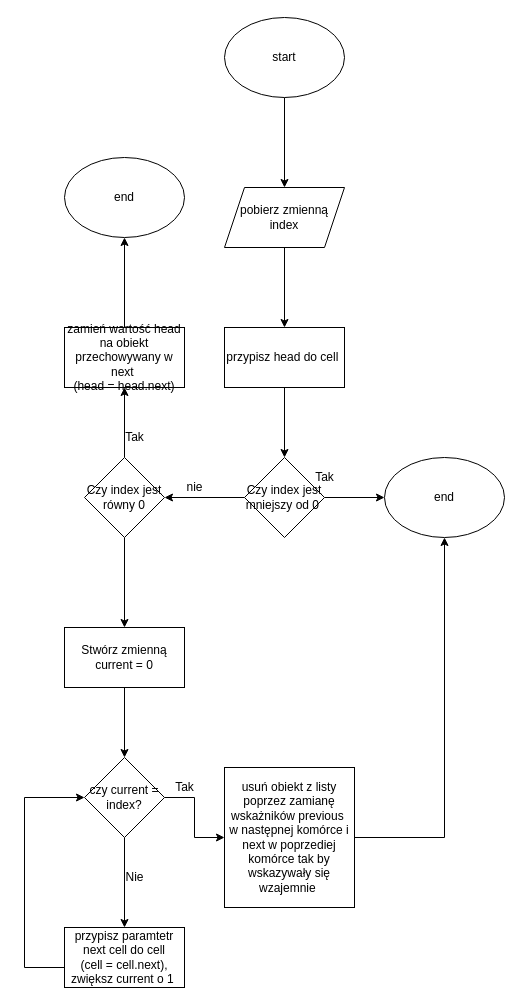
This is alg2/Double link list/remove.drawio from PriestOfAdanos/alg-i-str-danych-2, a draw.io file, before an edit. Source tidied: cells renumbered, new cells numbered last; positions are measured from the earlier drawing's top-left corner, leaving out a move shared by most shapes. Both pictures are drawn from the tidied source at 100%, with x=0, y=0 at pixel (24, 17).
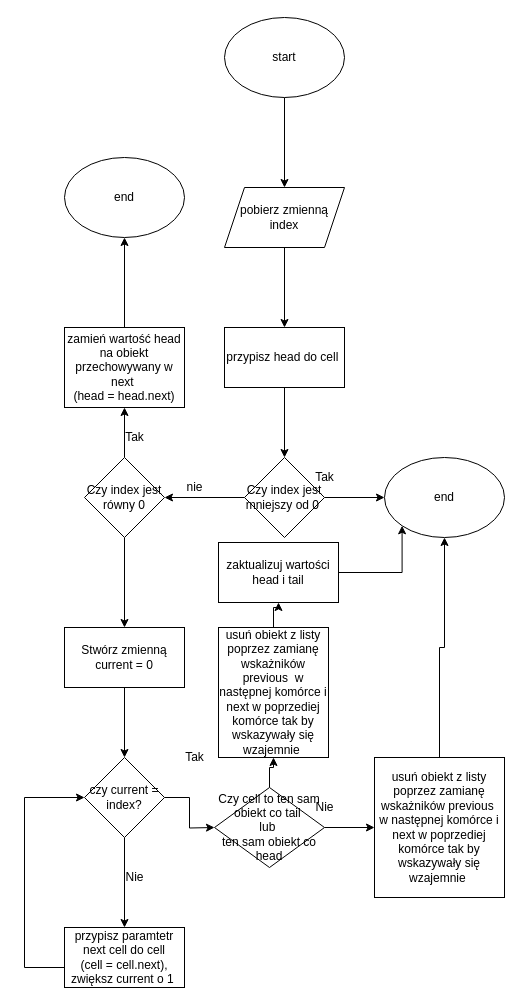
The same diagram, later.

The change refers to these unchanged cells:
```xml
<mxCell id="11" value="end" style="ellipse;whiteSpace=wrap;html=1;" parent="1" vertex="1">
  <mxGeometry x="360" y="440" width="120" height="80" as="geometry" />
</mxCell>
<mxCell id="25" value="czy current = index?" style="rhombus;whiteSpace=wrap;html=1;" parent="1" vertex="1">
  <mxGeometry x="60" y="740" width="80" height="80" as="geometry" />
</mxCell>
```

Diff of the diagram source:
```diff
@@
     <mxCell id="18" value="zamień wartość head na obiekt przechowywany w next&amp;nbsp;&lt;br&gt;(head = head.next)" style="whiteSpace=wrap;html=1;" parent="1" vertex="1">
-      <mxGeometry x="40" y="310" width="120" height="60" as="geometry" />
+      <mxGeometry x="40" y="310" width="120" height="80" as="geometry" />
     </mxCell>
@@
-    <mxCell id="24" style="edgeStyle=orthogonalEdgeStyle;rounded=0;jettySize=auto;html=1;" parent="1" edge="1" source="25" target="30">
-      <mxGeometry relative="1" as="geometry" />
-    </mxCell>
+    <mxCell id="32" style="edgeStyle=orthogonalEdgeStyle;rounded=0;jettySize=auto;html=1;" parent="1" edge="1" source="25">
+      <mxGeometry relative="1" as="geometry">
+        <mxPoint x="190" y="810" as="targetPoint" />
+      </mxGeometry>
+    </mxCell>
@@
     <mxCell id="30" value="usuń obiekt z listy poprzez zamianę wskażników previous&amp;nbsp; w następnej komórce i next w poprzediej komórce tak by wskazywały się wzajemnie&amp;nbsp;" style="whiteSpace=wrap;html=1;" parent="1" vertex="1">
-      <mxGeometry x="200" y="750" width="130" height="140" as="geometry" />
+      <mxGeometry x="350" y="740" width="130" height="140" as="geometry" />
     </mxCell>
     <mxCell id="31" value="Tak" style="text;html=1;align=center;verticalAlign=middle;" parent="1" vertex="1">
-      <mxGeometry x="145" y="760" width="30" height="20" as="geometry" />
+      <mxGeometry x="155" y="730" width="30" height="20" as="geometry" />
     </mxCell>
+    <mxCell id="33" style="edgeStyle=orthogonalEdgeStyle;rounded=0;jettySize=auto;html=1;" parent="1" edge="1" source="35" target="30">
+      <mxGeometry relative="1" as="geometry" />
+    </mxCell>
+    <mxCell id="34" style="edgeStyle=orthogonalEdgeStyle;rounded=0;jettySize=auto;html=1;" parent="1" edge="1" source="35" target="38">
+      <mxGeometry relative="1" as="geometry" />
+    </mxCell>
+    <mxCell id="35" value="Czy cell to ten sam obiekt co tail&amp;nbsp;&lt;br&gt;lub&amp;nbsp;&lt;br&gt;ten sam obiekt co head" style="rhombus;whiteSpace=wrap;html=1;" parent="1" vertex="1">
+      <mxGeometry x="190" y="770" width="110" height="80" as="geometry" />
+    </mxCell>
+    <mxCell id="36" value="Nie" style="text;html=1;align=center;verticalAlign=middle;" parent="1" vertex="1">
+      <mxGeometry x="285" y="780" width="30" height="20" as="geometry" />
+    </mxCell>
+    <mxCell id="37" style="edgeStyle=orthogonalEdgeStyle;rounded=0;jettySize=auto;html=1;" parent="1" edge="1" source="38" target="40">
+      <mxGeometry relative="1" as="geometry" />
+    </mxCell>
+    <mxCell id="38" value="&lt;span&gt;usuń obiekt z listy poprzez zamianę wskażników previous&amp;nbsp; w następnej komórce i next w poprzediej komórce tak by wskazywały się wzajemnie&amp;nbsp;&lt;/span&gt;" style="whiteSpace=wrap;html=1;" parent="1" vertex="1">
+      <mxGeometry x="194" y="610" width="110" height="130" as="geometry" />
+    </mxCell>
+    <mxCell id="39" style="edgeStyle=orthogonalEdgeStyle;rounded=0;jettySize=auto;html=1;entryX=0;entryY=1;entryDx=0;entryDy=0;" parent="1" edge="1" source="40" target="11">
+      <mxGeometry relative="1" as="geometry" />
+    </mxCell>
+    <mxCell id="40" value="zaktualizuj wartości head i tail" style="whiteSpace=wrap;html=1;" parent="1" vertex="1">
+      <mxGeometry x="194" y="525" width="120" height="60" as="geometry" />
+    </mxCell>
```
